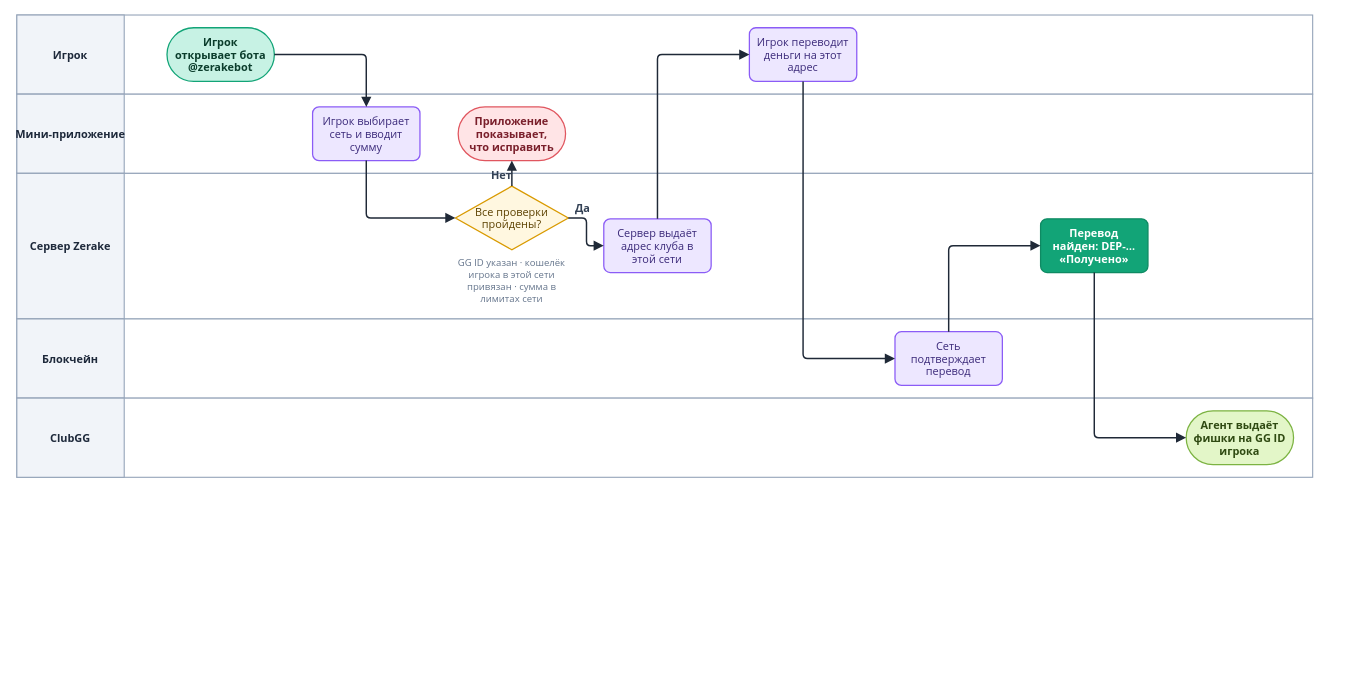
Before: diagrams/drawio/money-in.drawio in LILSUFFER/zerake-docs, a draw.io diagram. Source tidied: cells renumbered, new cells numbered last; positions are measured from the earlier drawing's top-left corner, leaving out a move shared by most shapes. Both pictures are drawn from the tidied source at 91%, with x=0, y=0 at pixel (16, 15).
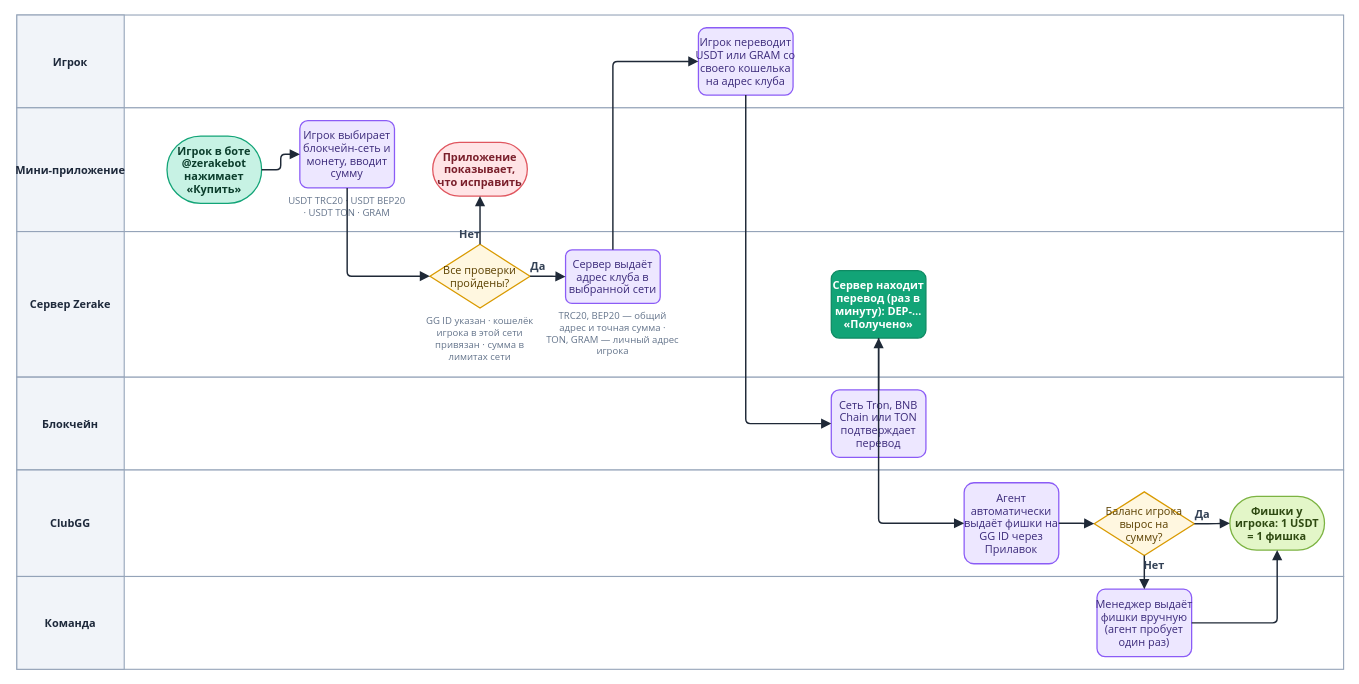
The same page after the edit.

The edit, as a diff of the source:
```diff
@@
     <mxCell id="2" style="rounded=0;html=0;fillColor=#FFFFFF;strokeColor=#94A3B8;strokeWidth=1.2;" parent="1" vertex="1">
-      <mxGeometry width="1424" height="87" as="geometry" />
+      <mxGeometry width="1458" height="102" as="geometry" />
     </mxCell>
     <mxCell id="3" value="Игрок" style="rounded=0;html=0;fillColor=#F1F4F9;strokeColor=#94A3B8;strokeWidth=1.2;fontColor=#1E293B;fontStyle=1;fontSize=12;fontFamily=Segoe UI;align=center;verticalAlign=middle;" parent="1" vertex="1">
-      <mxGeometry width="118" height="87" as="geometry" />
+      <mxGeometry width="118" height="102" as="geometry" />
     </mxCell>
     <mxCell id="4" style="rounded=0;html=0;fillColor=#FFFFFF;strokeColor=#94A3B8;strokeWidth=1.2;" parent="1" vertex="1">
-      <mxGeometry y="87" width="1424" height="87" as="geometry" />
+      <mxGeometry y="102" width="1458" height="136" as="geometry" />
     </mxCell>
     <mxCell id="5" value="Мини-приложение" style="rounded=0;html=0;fillColor=#F1F4F9;strokeColor=#94A3B8;strokeWidth=1.2;fontColor=#1E293B;fontStyle=1;fontSize=12;fontFamily=Segoe UI;align=center;verticalAlign=middle;" parent="1" vertex="1">
-      <mxGeometry y="87" width="118" height="87" as="geometry" />
+      <mxGeometry y="102" width="118" height="136" as="geometry" />
     </mxCell>
     <mxCell id="6" style="rounded=0;html=0;fillColor=#FFFFFF;strokeColor=#94A3B8;strokeWidth=1.2;" parent="1" vertex="1">
-      <mxGeometry y="174" width="1424" height="160" as="geometry" />
+      <mxGeometry y="238" width="1458" height="160" as="geometry" />
     </mxCell>
     <mxCell id="7" value="Сервер Zerake" style="rounded=0;html=0;fillColor=#F1F4F9;strokeColor=#94A3B8;strokeWidth=1.2;fontColor=#1E293B;fontStyle=1;fontSize=12;fontFamily=Segoe UI;align=center;verticalAlign=middle;" parent="1" vertex="1">
-      <mxGeometry y="174" width="118" height="160" as="geometry" />
+      <mxGeometry y="238" width="118" height="160" as="geometry" />
     </mxCell>
     <mxCell id="8" style="rounded=0;html=0;fillColor=#FFFFFF;strokeColor=#94A3B8;strokeWidth=1.2;" parent="1" vertex="1">
-      <mxGeometry y="334" width="1424" height="87" as="geometry" />
+      <mxGeometry y="398" width="1458" height="102" as="geometry" />
     </mxCell>
     <mxCell id="9" value="Блокчейн" style="rounded=0;html=0;fillColor=#F1F4F9;strokeColor=#94A3B8;strokeWidth=1.2;fontColor=#1E293B;fontStyle=1;fontSize=12;fontFamily=Segoe UI;align=center;verticalAlign=middle;" parent="1" vertex="1">
-      <mxGeometry y="334" width="118" height="87" as="geometry" />
+      <mxGeometry y="398" width="118" height="102" as="geometry" />
     </mxCell>
     <mxCell id="10" style="rounded=0;html=0;fillColor=#FFFFFF;strokeColor=#94A3B8;strokeWidth=1.2;" parent="1" vertex="1">
-      <mxGeometry y="421" width="1424" height="87" as="geometry" />
+      <mxGeometry y="500" width="1458" height="117" as="geometry" />
     </mxCell>
     <mxCell id="11" value="ClubGG" style="rounded=0;html=0;fillColor=#F1F4F9;strokeColor=#94A3B8;strokeWidth=1.2;fontColor=#1E293B;fontStyle=1;fontSize=12;fontFamily=Segoe UI;align=center;verticalAlign=middle;" parent="1" vertex="1">
-      <mxGeometry y="421" width="118" height="87" as="geometry" />
+      <mxGeometry y="500" width="118" height="117" as="geometry" />
     </mxCell>
+    <mxCell id="30" style="rounded=0;html=0;fillColor=#FFFFFF;strokeColor=#94A3B8;strokeWidth=1.2;" parent="1" vertex="1">
+      <mxGeometry y="617" width="1458" height="102" as="geometry" />
+    </mxCell>
+    <mxCell id="31" value="Команда" style="rounded=0;html=0;fillColor=#F1F4F9;strokeColor=#94A3B8;strokeWidth=1.2;fontColor=#1E293B;fontStyle=1;fontSize=12;fontFamily=Segoe UI;align=center;verticalAlign=middle;" parent="1" vertex="1">
+      <mxGeometry y="617" width="118" height="102" as="geometry" />
+    </mxCell>
-    <mxCell id="12" value="Игрок&#10;открывает бота&#10;@zerakebot" style="rounded=1;arcSize=50;html=0;fontStyle=1;fillColor=#C7F2E4;strokeColor=#12A477;fontColor=#0B3D2C;fontFamily=Segoe UI;fontSize=12;strokeWidth=1.4;" parent="1" vertex="1">
-      <mxGeometry x="165" y="14" width="118" height="59" as="geometry" />
+    <mxCell id="12" value="Игрок в боте&#10;@zerakebot&#10;нажимает&#10;«Купить»" style="rounded=1;arcSize=50;html=0;fontStyle=1;fillColor=#C7F2E4;strokeColor=#12A477;fontColor=#0B3D2C;fontFamily=Segoe UI;fontSize=12;strokeWidth=1.4;" parent="1" vertex="1">
+      <mxGeometry x="165" y="133" width="104" height="74" as="geometry" />
     </mxCell>
+    <mxCell id="32" value="USDT TRC20 · USDT BEP20&#10;· USDT TON · GRAM" style="text;html=0;align=center;verticalAlign=top;fontFamily=Segoe UI;fontSize=10.5;fontColor=#64748B;" parent="1" vertex="1">
+      <mxGeometry x="291" y="192" width="144" height="34" as="geometry" />
+    </mxCell>
-    <mxCell id="13" value="Игрок выбирает&#10;сеть и вводит&#10;сумму" style="rounded=1;arcSize=12;html=0;fillColor=#EDE7FF;strokeColor=#8B5CF6;fontColor=#3B2A7A;fontFamily=Segoe UI;fontSize=12;strokeWidth=1.4;" parent="1" vertex="1">
-      <mxGeometry x="325" y="101" width="118" height="59" as="geometry" />
+    <mxCell id="13" value="Игрок выбирает&#10;блокчейн-сеть и&#10;монету, вводит&#10;сумму" style="rounded=1;arcSize=12;html=0;fillColor=#EDE7FF;strokeColor=#8B5CF6;fontColor=#3B2A7A;fontFamily=Segoe UI;fontSize=12;strokeWidth=1.4;" parent="1" vertex="1">
+      <mxGeometry x="311" y="116" width="104" height="74" as="geometry" />
     </mxCell>
     <mxCell id="14" value="GG ID указан · кошелёк&#10;игрока в этой сети&#10;привязан · сумма в&#10;лимитах сети" style="text;html=0;align=center;verticalAlign=top;fontFamily=Segoe UI;fontSize=10.5;fontColor=#64748B;" parent="1" vertex="1">
-      <mxGeometry x="462" y="260" width="164" height="62" as="geometry" />
+      <mxGeometry x="434" y="324" width="150" height="62" as="geometry" />
     </mxCell>
     <mxCell id="15" value="Все проверки&#10;пройдены?" style="rhombus;html=0;fillColor=#FFF7E0;strokeColor=#D99A00;fontColor=#5C4100;fontFamily=Segoe UI;fontSize=12;strokeWidth=1.4;" parent="1" vertex="1">
-      <mxGeometry x="482" y="188" width="124" height="70" as="geometry" />
+      <mxGeometry x="454" y="252" width="110" height="70" as="geometry" />
     </mxCell>
     <mxCell id="16" value="Приложение&#10;показывает,&#10;что исправить" style="rounded=1;arcSize=50;html=0;fontStyle=1;fillColor=#FFE4E6;strokeColor=#E0565F;fontColor=#7A1F2B;fontFamily=Segoe UI;fontSize=12;strokeWidth=1.4;" parent="1" vertex="1">
-      <mxGeometry x="485" y="101" width="118" height="59" as="geometry" />
+      <mxGeometry x="457" y="140" width="104" height="59" as="geometry" />
     </mxCell>
+    <mxCell id="33" value="TRC20, BEP20 — общий&#10;адрес и точная сумма ·&#10;TON, GRAM — личный адрес&#10;игрока" style="text;html=0;align=center;verticalAlign=top;fontFamily=Segoe UI;fontSize=10.5;fontColor=#64748B;" parent="1" vertex="1">
+      <mxGeometry x="583" y="318" width="144" height="62" as="geometry" />
+    </mxCell>
-    <mxCell id="17" value="Сервер выдаёт&#10;адрес клуба в&#10;этой сети" style="rounded=1;arcSize=12;html=0;fillColor=#EDE7FF;strokeColor=#8B5CF6;fontColor=#3B2A7A;fontFamily=Segoe UI;fontSize=12;strokeWidth=1.4;" parent="1" vertex="1">
-      <mxGeometry x="645" y="224" width="118" height="59" as="geometry" />
+    <mxCell id="17" value="Сервер выдаёт&#10;адрес клуба в&#10;выбранной сети" style="rounded=1;arcSize=12;html=0;fillColor=#EDE7FF;strokeColor=#8B5CF6;fontColor=#3B2A7A;fontFamily=Segoe UI;fontSize=12;strokeWidth=1.4;" parent="1" vertex="1">
+      <mxGeometry x="603" y="258" width="104" height="59" as="geometry" />
     </mxCell>
-    <mxCell id="18" value="Игрок переводит&#10;деньги на этот&#10;адрес" style="rounded=1;arcSize=12;html=0;fillColor=#EDE7FF;strokeColor=#8B5CF6;fontColor=#3B2A7A;fontFamily=Segoe UI;fontSize=12;strokeWidth=1.4;" parent="1" vertex="1">
-      <mxGeometry x="805" y="14" width="118" height="59" as="geometry" />
+    <mxCell id="18" value="Игрок переводит&#10;USDT или GRAM со&#10;своего кошелька&#10;на адрес клуба" style="rounded=1;arcSize=12;html=0;fillColor=#EDE7FF;strokeColor=#8B5CF6;fontColor=#3B2A7A;fontFamily=Segoe UI;fontSize=12;strokeWidth=1.4;" parent="1" vertex="1">
+      <mxGeometry x="749" y="14" width="104" height="74" as="geometry" />
     </mxCell>
-    <mxCell id="19" value="Сеть&#10;подтверждает&#10;перевод" style="rounded=1;arcSize=12;html=0;fillColor=#EDE7FF;strokeColor=#8B5CF6;fontColor=#3B2A7A;fontFamily=Segoe UI;fontSize=12;strokeWidth=1.4;" parent="1" vertex="1">
-      <mxGeometry x="965" y="348" width="118" height="59" as="geometry" />
+    <mxCell id="19" value="Сеть Tron, BNB&#10;Chain или TON&#10;подтверждает&#10;перевод" style="rounded=1;arcSize=12;html=0;fillColor=#EDE7FF;strokeColor=#8B5CF6;fontColor=#3B2A7A;fontFamily=Segoe UI;fontSize=12;strokeWidth=1.4;" parent="1" vertex="1">
+      <mxGeometry x="895" y="412" width="104" height="74" as="geometry" />
     </mxCell>
-    <mxCell id="20" value="Перевод&#10;найден: DEP-…&#10;«Получено»" style="rounded=1;arcSize=12;html=0;fillColor=#12A477;strokeColor=#0F8A63;fontColor=#FFFFFF;fontStyle=1;fontFamily=Segoe UI;fontSize=12;strokeWidth=1.4;" parent="1" vertex="1">
-      <mxGeometry x="1125" y="224" width="118" height="59" as="geometry" />
+    <mxCell id="20" value="Сервер находит&#10;перевод (раз в&#10;минуту): DEP-…&#10;«Получено»" style="rounded=1;arcSize=12;html=0;fillColor=#12A477;strokeColor=#0F8A63;fontColor=#FFFFFF;fontStyle=1;fontFamily=Segoe UI;fontSize=12;strokeWidth=1.4;" parent="1" vertex="1">
+      <mxGeometry x="895" y="281" width="104" height="74" as="geometry" />
     </mxCell>
+    <mxCell id="34" value="Агент&#10;автоматически&#10;выдаёт фишки на&#10;GG ID через&#10;Прилавок" style="rounded=1;arcSize=12;html=0;fillColor=#EDE7FF;strokeColor=#8B5CF6;fontColor=#3B2A7A;fontFamily=Segoe UI;fontSize=12;strokeWidth=1.4;" parent="1" vertex="1">
+      <mxGeometry x="1041" y="514" width="104" height="89" as="geometry" />
+    </mxCell>
+    <mxCell id="35" value="Баланс игрока&#10;вырос на&#10;сумму?" style="rhombus;html=0;fillColor=#FFF7E0;strokeColor=#D99A00;fontColor=#5C4100;fontFamily=Segoe UI;fontSize=12;strokeWidth=1.4;" parent="1" vertex="1">
+      <mxGeometry x="1184" y="524" width="110" height="70" as="geometry" />
+    </mxCell>
+    <mxCell id="36" value="Менеджер выдаёт&#10;фишки вручную&#10;(агент пробует&#10;один раз)" style="rounded=1;arcSize=12;html=0;fillColor=#EDE7FF;strokeColor=#8B5CF6;fontColor=#3B2A7A;fontFamily=Segoe UI;fontSize=12;strokeWidth=1.4;" parent="1" vertex="1">
+      <mxGeometry x="1187" y="631" width="104" height="74" as="geometry" />
+    </mxCell>
-    <mxCell id="21" value="Агент выдаёт&#10;фишки на GG ID&#10;игрока" style="rounded=1;arcSize=50;html=0;fontStyle=1;fillColor=#E3F6C8;strokeColor=#7CB342;fontColor=#2F4A12;fontFamily=Segoe UI;fontSize=12;strokeWidth=1.4;" parent="1" vertex="1">
-      <mxGeometry x="1285" y="435" width="118" height="59" as="geometry" />
+    <mxCell id="21" value="Фишки у&#10;игрока: 1 USDT&#10;= 1 фишка" style="rounded=1;arcSize=50;html=0;fontStyle=1;fillColor=#E3F6C8;strokeColor=#7CB342;fontColor=#2F4A12;fontFamily=Segoe UI;fontSize=12;strokeWidth=1.4;" parent="1" vertex="1">
+      <mxGeometry x="1333" y="529" width="104" height="59" as="geometry" />
     </mxCell>
@@
-    <mxCell id="28" style="edgeStyle=orthogonalEdgeStyle;rounded=1;arcSize=10;jettySize=auto;html=0;strokeColor=#1F2937;strokeWidth=1.6;endArrow=block;endFill=1;endSize=7;fontFamily=Segoe UI;fontSize=12;fontStyle=1;fontColor=#334155;labelBackgroundColor=none;exitX=0.5;exitY=0;entryX=0;entryY=0.5;" parent="1" edge="1" source="19" target="20">
+    <mxCell id="28" style="edgeStyle=orthogonalEdgeStyle;rounded=1;arcSize=10;jettySize=auto;html=0;strokeColor=#1F2937;strokeWidth=1.6;endArrow=block;endFill=1;endSize=7;fontFamily=Segoe UI;fontSize=12;fontStyle=1;fontColor=#334155;labelBackgroundColor=none;" parent="1" edge="1" source="19" target="20">
       <mxGeometry relative="1" as="geometry" />
     </mxCell>
-    <mxCell id="29" style="edgeStyle=orthogonalEdgeStyle;rounded=1;arcSize=10;jettySize=auto;html=0;strokeColor=#1F2937;strokeWidth=1.6;endArrow=block;endFill=1;endSize=7;fontFamily=Segoe UI;fontSize=12;fontStyle=1;fontColor=#334155;labelBackgroundColor=none;exitX=0.5;exitY=1;entryX=0;entryY=0.5;" parent="1" edge="1" source="20" target="21">
+    <mxCell id="29" style="edgeStyle=orthogonalEdgeStyle;rounded=1;arcSize=10;jettySize=auto;html=0;strokeColor=#1F2937;strokeWidth=1.6;endArrow=block;endFill=1;endSize=7;fontFamily=Segoe UI;fontSize=12;fontStyle=1;fontColor=#334155;labelBackgroundColor=none;exitX=0.5;exitY=1;entryX=0;entryY=0.5;" parent="1" edge="1" source="20" target="34">
       <mxGeometry relative="1" as="geometry" />
     </mxCell>
+    <mxCell id="37" style="edgeStyle=orthogonalEdgeStyle;rounded=1;arcSize=10;jettySize=auto;html=0;strokeColor=#1F2937;strokeWidth=1.6;endArrow=block;endFill=1;endSize=7;fontFamily=Segoe UI;fontSize=12;fontStyle=1;fontColor=#334155;labelBackgroundColor=none;" parent="1" edge="1" source="34" target="35">
+      <mxGeometry relative="1" as="geometry" />
+    </mxCell>
+    <mxCell id="38" value="Да" style="edgeStyle=orthogonalEdgeStyle;rounded=1;arcSize=10;jettySize=auto;html=0;strokeColor=#1F2937;strokeWidth=1.6;endArrow=block;endFill=1;endSize=7;fontFamily=Segoe UI;fontSize=12;fontStyle=1;fontColor=#334155;labelBackgroundColor=none;" parent="1" edge="1" source="35" target="21">
+      <mxGeometry x="-0.55" y="11" relative="1" as="geometry" />
+    </mxCell>
+    <mxCell id="39" value="Нет" style="edgeStyle=orthogonalEdgeStyle;rounded=1;arcSize=10;jettySize=auto;html=0;strokeColor=#1F2937;strokeWidth=1.6;endArrow=block;endFill=1;endSize=7;fontFamily=Segoe UI;fontSize=12;fontStyle=1;fontColor=#334155;labelBackgroundColor=none;" parent="1" edge="1" source="35" target="36">
+      <mxGeometry x="-0.55" y="11" relative="1" as="geometry" />
+    </mxCell>
+    <mxCell id="40" style="edgeStyle=orthogonalEdgeStyle;rounded=1;arcSize=10;jettySize=auto;html=0;strokeColor=#1F2937;strokeWidth=1.6;endArrow=block;endFill=1;endSize=7;fontFamily=Segoe UI;fontSize=12;fontStyle=1;fontColor=#334155;labelBackgroundColor=none;exitX=1;exitY=0.5;entryX=0.5;entryY=1;" parent="1" edge="1" source="36" target="21">
+      <mxGeometry relative="1" as="geometry" />
+    </mxCell>
```
